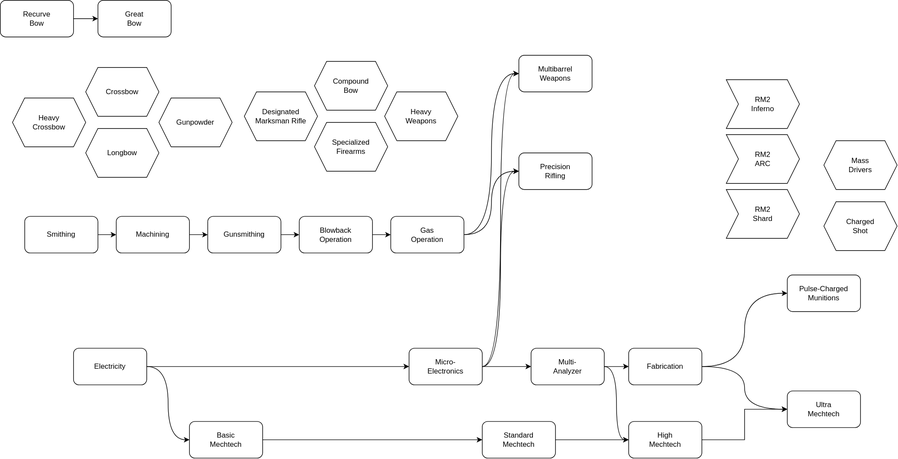
Above: Weapon Tech.drawio.svg in WaveshaperAT/Personal-Armor-Reskin (draw.io), before the change. Source tidied: cells renumbered, new cells last; positions are measured from the earlier drawing's top-left corner, leaving out a move shared by most shapes.
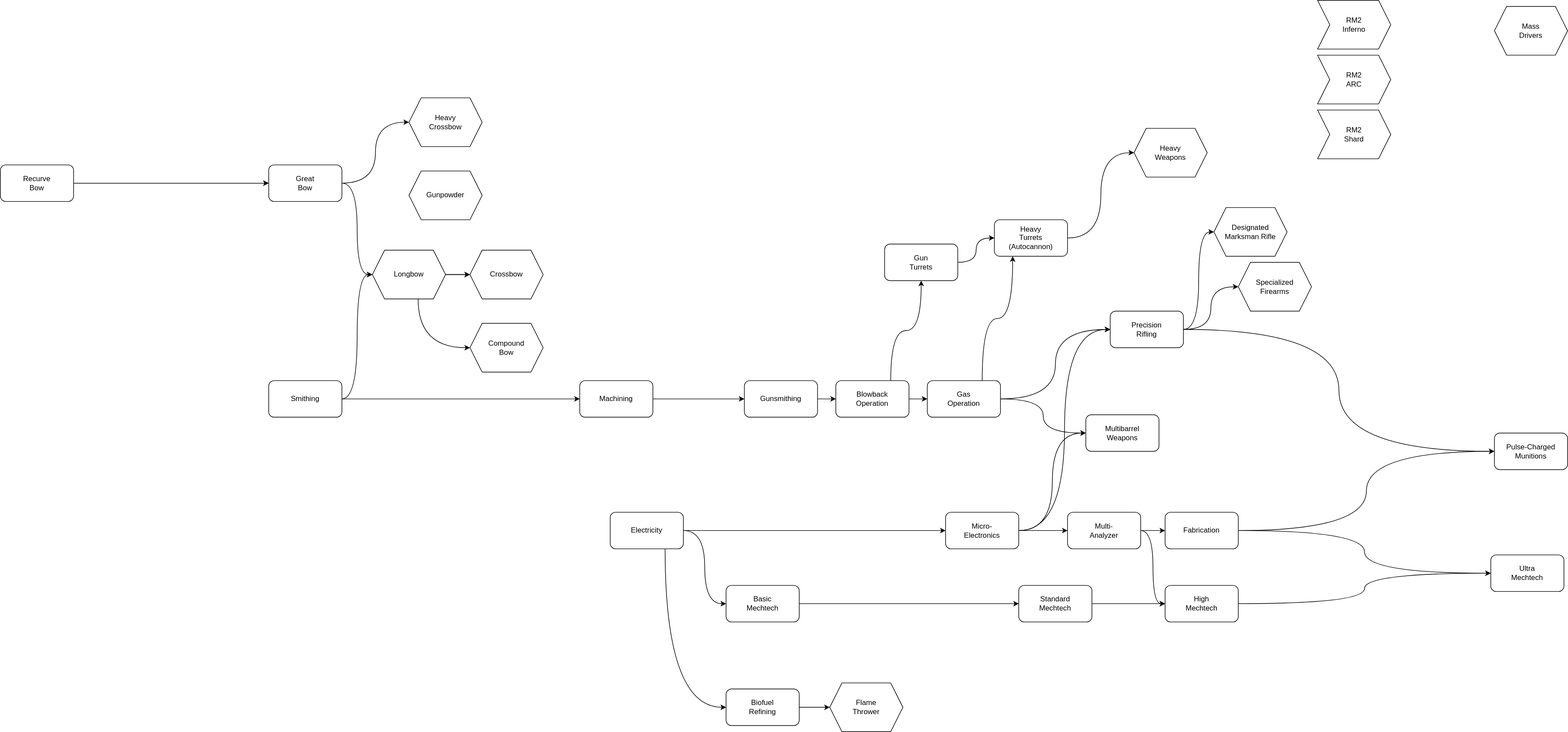
The same file after the commit.

Diff of the diagram source:
```diff
@@ -5,23 +5,26 @@
     <mxCell id="2" style="edgeStyle=orthogonalEdgeStyle;rounded=0;jettySize=auto;html=1;exitX=1;exitY=0.5;exitDx=0;exitDy=0;entryX=0;entryY=0.5;entryDx=0;entryDy=0;" parent="1" edge="1" source="3" target="4">
       <mxGeometry relative="1" as="geometry" />
     </mxCell>
+    <mxCell id="52" style="edgeStyle=orthogonalEdgeStyle;rounded=0;jettySize=auto;html=1;exitX=1;exitY=0.5;exitDx=0;exitDy=0;entryX=0;entryY=0.5;entryDx=0;entryDy=0;curved=1;" parent="1" edge="1" source="4" target="41">
+      <mxGeometry relative="1" as="geometry" />
+    </mxCell>
     <mxCell id="3" value="&lt;div&gt;Recurve&lt;/div&gt;&lt;div&gt;Bow&lt;br&gt;&lt;/div&gt;" style="rounded=1;whiteSpace=wrap;html=1;" parent="1" vertex="1">
-      <mxGeometry width="120" height="60" as="geometry" />
+      <mxGeometry x="-880" width="120" height="60" as="geometry" />
     </mxCell>
-    <mxCell id="4" value="&lt;div&gt;Great&lt;/div&gt;&lt;div&gt;Bow&lt;br&gt;&lt;/div&gt;" style="rounded=1;whiteSpace=wrap;html=1;" parent="1" vertex="1">
-      <mxGeometry x="160" width="120" height="60" as="geometry" />
-    </mxCell>
     <mxCell id="5" style="edgeStyle=orthogonalEdgeStyle;rounded=0;jettySize=auto;html=1;exitX=1;exitY=0.5;exitDx=0;exitDy=0;" parent="1" edge="1" source="6" target="8">
       <mxGeometry relative="1" as="geometry" />
     </mxCell>
+    <mxCell id="53" style="edgeStyle=orthogonalEdgeStyle;rounded=0;jettySize=auto;html=1;exitX=1;exitY=0.5;exitDx=0;exitDy=0;entryX=0;entryY=0.5;entryDx=0;entryDy=0;curved=1;" parent="1" edge="1" source="6" target="41">
+      <mxGeometry relative="1" as="geometry" />
+    </mxCell>
     <mxCell id="6" value="Smithing" style="rounded=1;whiteSpace=wrap;html=1;" parent="1" vertex="1">
-      <mxGeometry x="40" y="354" width="120" height="60" as="geometry" />
+      <mxGeometry x="-440" y="354" width="120" height="60" as="geometry" />
     </mxCell>
     <mxCell id="7" style="edgeStyle=orthogonalEdgeStyle;rounded=0;jettySize=auto;html=1;exitX=1;exitY=0.5;exitDx=0;exitDy=0;entryX=0;entryY=0.5;entryDx=0;entryDy=0;" parent="1" edge="1" source="8" target="10">
       <mxGeometry relative="1" as="geometry" />
     </mxCell>
     <mxCell id="8" value="Machining" style="rounded=1;whiteSpace=wrap;html=1;" parent="1" vertex="1">
-      <mxGeometry x="190" y="354" width="120" height="60" as="geometry" />
+      <mxGeometry x="70" y="354" width="120" height="60" as="geometry" />
     </mxCell>
     <mxCell id="9" style="edgeStyle=orthogonalEdgeStyle;rounded=0;jettySize=auto;html=1;exitX=1;exitY=0.5;exitDx=0;exitDy=0;entryX=0;entryY=0.5;entryDx=0;entryDy=0;" parent="1" edge="1" source="10" target="12">
       <mxGeometry relative="1" as="geometry" />
@@ -32,6 +35,9 @@
     <mxCell id="11" style="edgeStyle=orthogonalEdgeStyle;rounded=0;jettySize=auto;html=1;exitX=1;exitY=0.5;exitDx=0;exitDy=0;entryX=0;entryY=0.5;entryDx=0;entryDy=0;" parent="1" edge="1" source="12" target="15">
       <mxGeometry relative="1" as="geometry" />
     </mxCell>
+    <mxCell id="54" style="edgeStyle=orthogonalEdgeStyle;rounded=0;jettySize=auto;html=1;exitX=0.75;exitY=0;exitDx=0;exitDy=0;entryX=0.5;entryY=1;entryDx=0;entryDy=0;curved=1;" parent="1" edge="1" source="12" target="66">
+      <mxGeometry relative="1" as="geometry" />
+    </mxCell>
     <mxCell id="12" value="&lt;div&gt;Blowback&lt;/div&gt;&lt;div&gt;Operation&lt;br&gt;&lt;/div&gt;" style="rounded=1;whiteSpace=wrap;html=1;" parent="1" vertex="1">
       <mxGeometry x="490" y="354" width="120" height="60" as="geometry" />
     </mxCell>
@@ -41,14 +47,26 @@
     <mxCell id="14" style="edgeStyle=orthogonalEdgeStyle;rounded=0;jettySize=auto;html=1;exitX=1;exitY=0.5;exitDx=0;exitDy=0;entryX=0;entryY=0.5;entryDx=0;entryDy=0;curved=1;" parent="1" edge="1" source="15" target="17">
       <mxGeometry relative="1" as="geometry" />
     </mxCell>
+    <mxCell id="55" style="edgeStyle=orthogonalEdgeStyle;rounded=0;jettySize=auto;html=1;exitX=0.75;exitY=0;exitDx=0;exitDy=0;entryX=0.25;entryY=1;entryDx=0;entryDy=0;curved=1;" parent="1" edge="1" source="15" target="68">
+      <mxGeometry relative="1" as="geometry" />
+    </mxCell>
     <mxCell id="15" value="&lt;div&gt;Gas&lt;/div&gt;&lt;div&gt;Operation&lt;br&gt;&lt;/div&gt;" style="rounded=1;whiteSpace=wrap;html=1;" parent="1" vertex="1">
       <mxGeometry x="640" y="354" width="120" height="60" as="geometry" />
     </mxCell>
+    <mxCell id="56" style="edgeStyle=orthogonalEdgeStyle;rounded=0;jettySize=auto;html=1;exitX=1;exitY=0.5;exitDx=0;exitDy=0;entryX=0;entryY=0.5;entryDx=0;entryDy=0;curved=1;" parent="1" edge="1" source="16" target="45">
+      <mxGeometry relative="1" as="geometry" />
+    </mxCell>
+    <mxCell id="57" style="edgeStyle=orthogonalEdgeStyle;rounded=0;jettySize=auto;html=1;exitX=1;exitY=0.5;exitDx=0;exitDy=0;entryX=0;entryY=0.5;entryDx=0;entryDy=0;curved=1;" parent="1" edge="1" source="16" target="46">
+      <mxGeometry relative="1" as="geometry" />
+    </mxCell>
+    <mxCell id="58" style="edgeStyle=orthogonalEdgeStyle;rounded=0;jettySize=auto;html=1;exitX=1;exitY=0.5;exitDx=0;exitDy=0;entryX=0;entryY=0.5;entryDx=0;entryDy=0;curved=1;" parent="1" edge="1" source="16" target="33">
+      <mxGeometry relative="1" as="geometry" />
+    </mxCell>
     <mxCell id="16" value="&lt;div&gt;Precision&lt;/div&gt;&lt;div&gt;Rifling&lt;br&gt;&lt;/div&gt;" style="rounded=1;whiteSpace=wrap;html=1;" parent="1" vertex="1">
-      <mxGeometry x="850" y="250" width="120" height="60" as="geometry" />
+      <mxGeometry x="940" y="240" width="120" height="60" as="geometry" />
     </mxCell>
     <mxCell id="17" value="&lt;div&gt;Multibarrel&lt;/div&gt;&lt;div&gt;Weapons&lt;br&gt;&lt;/div&gt;" style="rounded=1;whiteSpace=wrap;html=1;" parent="1" vertex="1">
-      <mxGeometry x="850" y="90" width="120" height="60" as="geometry" />
+      <mxGeometry x="900" y="410" width="120" height="60" as="geometry" />
     </mxCell>
     <mxCell id="18" style="edgeStyle=orthogonalEdgeStyle;rounded=0;jettySize=auto;html=1;exitX=1;exitY=0.5;exitDx=0;exitDy=0;" parent="1" edge="1" source="20" target="26">
       <mxGeometry relative="1" as="geometry" />
@@ -56,6 +74,9 @@
     <mxCell id="19" style="edgeStyle=orthogonalEdgeStyle;rounded=0;jettySize=auto;html=1;exitX=1;exitY=0.5;exitDx=0;exitDy=0;entryX=0;entryY=0.5;entryDx=0;entryDy=0;curved=1;" parent="1" edge="1" source="20" target="22">
       <mxGeometry relative="1" as="geometry" />
     </mxCell>
+    <mxCell id="59" style="edgeStyle=orthogonalEdgeStyle;rounded=0;jettySize=auto;html=1;exitX=0.75;exitY=1;exitDx=0;exitDy=0;entryX=0;entryY=0.5;entryDx=0;entryDy=0;curved=1;" parent="1" edge="1" source="20" target="70">
+      <mxGeometry relative="1" as="geometry" />
+    </mxCell>
     <mxCell id="20" value="Electricity" style="rounded=1;whiteSpace=wrap;html=1;" parent="1" vertex="1">
       <mxGeometry x="120" y="570" width="120" height="60" as="geometry" />
     </mxCell>
@@ -96,10 +117,10 @@
       <mxGeometry x="1030" y="570" width="120" height="60" as="geometry" />
     </mxCell>
     <mxCell id="33" value="&lt;div&gt;Pulse-Charged&lt;/div&gt;&lt;div&gt;Munitions&lt;br&gt;&lt;/div&gt;" style="rounded=1;whiteSpace=wrap;html=1;" parent="1" vertex="1">
-      <mxGeometry x="1290" y="450" width="120" height="60" as="geometry" />
+      <mxGeometry x="1570" y="440" width="120" height="60" as="geometry" />
     </mxCell>
     <mxCell id="34" value="&lt;div&gt;Ultra&lt;/div&gt;&lt;div&gt;Mechtech&lt;br&gt;&lt;/div&gt;" style="rounded=1;whiteSpace=wrap;html=1;" parent="1" vertex="1">
-      <mxGeometry x="1290" y="640" width="120" height="60" as="geometry" />
+      <mxGeometry x="1564" y="640" width="120" height="60" as="geometry" />
     </mxCell>
     <mxCell id="35" style="edgeStyle=orthogonalEdgeStyle;rounded=0;jettySize=auto;html=1;exitX=1;exitY=0.5;exitDx=0;exitDy=0;" parent="1" edge="1" source="36" target="38">
       <mxGeometry relative="1" as="geometry" />
@@ -107,50 +128,86 @@
     <mxCell id="36" value="&lt;div&gt;Standard&lt;/div&gt;&lt;div&gt;Mechtech&lt;br&gt;&lt;/div&gt;" style="rounded=1;whiteSpace=wrap;html=1;" parent="1" vertex="1">
       <mxGeometry x="790" y="690" width="120" height="60" as="geometry" />
     </mxCell>
-    <mxCell id="37" style="edgeStyle=orthogonalEdgeStyle;rounded=0;jettySize=auto;html=1;exitX=1;exitY=0.5;exitDx=0;exitDy=0;entryX=0;entryY=0.5;entryDx=0;entryDy=0;" parent="1" edge="1" source="38" target="34">
+    <mxCell id="37" style="edgeStyle=orthogonalEdgeStyle;rounded=0;jettySize=auto;html=1;exitX=1;exitY=0.5;exitDx=0;exitDy=0;entryX=0;entryY=0.5;entryDx=0;entryDy=0;curved=1;" parent="1" edge="1" source="38" target="34">
       <mxGeometry relative="1" as="geometry" />
     </mxCell>
     <mxCell id="38" value="&lt;div&gt;High&lt;/div&gt;&lt;div&gt;Mechtech&lt;br&gt;&lt;/div&gt;" style="rounded=1;whiteSpace=wrap;html=1;" parent="1" vertex="1">
       <mxGeometry x="1030" y="690" width="120" height="60" as="geometry" />
     </mxCell>
     <mxCell id="39" value="Gunpowder" style="shape=hexagon;perimeter=hexagonPerimeter2;whiteSpace=wrap;html=1;fixedSize=1;" parent="1" vertex="1">
-      <mxGeometry x="260" y="160" width="120" height="80" as="geometry" />
+      <mxGeometry x="-210" y="10" width="120" height="80" as="geometry" />
     </mxCell>
-    <mxCell id="40" value="Crossbow" style="shape=hexagon;perimeter=hexagonPerimeter2;whiteSpace=wrap;html=1;fixedSize=1;" parent="1" vertex="1">
-      <mxGeometry x="140" y="110" width="120" height="80" as="geometry" />
-    </mxCell>
+    <mxCell id="60" style="edgeStyle=orthogonalEdgeStyle;rounded=0;jettySize=auto;html=1;exitX=1;exitY=0.5;exitDx=0;exitDy=0;entryX=0;entryY=0.5;entryDx=0;entryDy=0;" parent="1" edge="1" source="41" target="40">
+      <mxGeometry relative="1" as="geometry" />
+    </mxCell>
+    <mxCell id="61" style="edgeStyle=orthogonalEdgeStyle;rounded=0;jettySize=auto;html=1;exitX=0.625;exitY=1;exitDx=0;exitDy=0;entryX=0;entryY=0.5;entryDx=0;entryDy=0;curved=1;" parent="1" edge="1" source="41" target="43">
+      <mxGeometry relative="1" as="geometry" />
+    </mxCell>
     <mxCell id="41" value="Longbow" style="shape=hexagon;perimeter=hexagonPerimeter2;whiteSpace=wrap;html=1;fixedSize=1;" parent="1" vertex="1">
-      <mxGeometry x="140" y="210" width="120" height="80" as="geometry" />
+      <mxGeometry x="-270" y="140" width="120" height="80" as="geometry" />
     </mxCell>
     <mxCell id="42" value="&lt;div&gt;Heavy&lt;/div&gt;&lt;div&gt;Crossbow&lt;br&gt;&lt;/div&gt;" style="shape=hexagon;perimeter=hexagonPerimeter2;whiteSpace=wrap;html=1;fixedSize=1;" parent="1" vertex="1">
-      <mxGeometry x="20" y="160" width="120" height="80" as="geometry" />
+      <mxGeometry x="-210" y="-110" width="120" height="80" as="geometry" />
     </mxCell>
     <mxCell id="43" value="&lt;div&gt;Compound&lt;/div&gt;&lt;div&gt;Bow&lt;br&gt;&lt;/div&gt;" style="shape=hexagon;perimeter=hexagonPerimeter2;whiteSpace=wrap;html=1;fixedSize=1;" parent="1" vertex="1">
-      <mxGeometry x="515" y="100" width="120" height="80" as="geometry" />
+      <mxGeometry x="-110" y="260" width="120" height="80" as="geometry" />
     </mxCell>
     <mxCell id="44" value="&lt;div&gt;Heavy&lt;/div&gt;&lt;div&gt;Weapons&lt;br&gt;&lt;/div&gt;" style="shape=hexagon;perimeter=hexagonPerimeter2;whiteSpace=wrap;html=1;fixedSize=1;" parent="1" vertex="1">
-      <mxGeometry x="630" y="150" width="120" height="80" as="geometry" />
+      <mxGeometry x="979" y="-60" width="120" height="80" as="geometry" />
     </mxCell>
     <mxCell id="45" value="&lt;div&gt;Specialized&lt;/div&gt;&lt;div&gt;Firearms&lt;br&gt;&lt;/div&gt;" style="shape=hexagon;perimeter=hexagonPerimeter2;whiteSpace=wrap;html=1;fixedSize=1;" parent="1" vertex="1">
-      <mxGeometry x="515" y="200" width="120" height="80" as="geometry" />
+      <mxGeometry x="1150" y="160" width="120" height="80" as="geometry" />
     </mxCell>
     <mxCell id="46" value="&lt;div&gt;Designated&lt;/div&gt;&lt;div&gt;Marksman Rifle&lt;br&gt;&lt;/div&gt;" style="shape=hexagon;perimeter=hexagonPerimeter2;whiteSpace=wrap;html=1;fixedSize=1;" parent="1" vertex="1">
-      <mxGeometry x="400" y="150" width="120" height="80" as="geometry" />
+      <mxGeometry x="1110" y="70" width="120" height="80" as="geometry" />
     </mxCell>
-    <mxCell id="47" value="&lt;div&gt;Charged&lt;/div&gt;&lt;div&gt;Shot&lt;br&gt;&lt;/div&gt;" style="shape=hexagon;perimeter=hexagonPerimeter2;whiteSpace=wrap;html=1;fixedSize=1;" parent="1" vertex="1">
-      <mxGeometry x="1350" y="330" width="120" height="80" as="geometry" />
-    </mxCell>
     <mxCell id="48" value="&lt;div&gt;Mass&lt;/div&gt;&lt;div&gt;Drivers&lt;/div&gt;" style="shape=hexagon;perimeter=hexagonPerimeter2;whiteSpace=wrap;html=1;fixedSize=1;" parent="1" vertex="1">
-      <mxGeometry x="1350" y="230" width="120" height="80" as="geometry" />
+      <mxGeometry x="1570" y="-260" width="120" height="80" as="geometry" />
     </mxCell>
     <mxCell id="49" value="&lt;div&gt;RM2&lt;/div&gt;&lt;div&gt;ARC&lt;/div&gt;" style="shape=step;perimeter=stepPerimeter;whiteSpace=wrap;html=1;fixedSize=1;" parent="1" vertex="1">
-      <mxGeometry x="1190" y="220" width="120" height="80" as="geometry" />
+      <mxGeometry x="1280" y="-180" width="120" height="80" as="geometry" />
     </mxCell>
     <mxCell id="50" value="&lt;div&gt;RM2&lt;/div&gt;&lt;div&gt;Shard&lt;br&gt;&lt;/div&gt;" style="shape=step;perimeter=stepPerimeter;whiteSpace=wrap;html=1;fixedSize=1;" parent="1" vertex="1">
-      <mxGeometry x="1190" y="310" width="120" height="80" as="geometry" />
+      <mxGeometry x="1280" y="-90" width="120" height="80" as="geometry" />
     </mxCell>
     <mxCell id="51" value="&lt;div&gt;RM2&lt;/div&gt;&lt;div&gt;Inferno&lt;br&gt;&lt;/div&gt;" style="shape=step;perimeter=stepPerimeter;whiteSpace=wrap;html=1;fixedSize=1;" parent="1" vertex="1">
-      <mxGeometry x="1190" y="130" width="120" height="80" as="geometry" />
+      <mxGeometry x="1280" y="-270" width="120" height="80" as="geometry" />
     </mxCell>
+    <mxCell id="62" style="edgeStyle=orthogonalEdgeStyle;rounded=0;jettySize=auto;html=1;exitX=1;exitY=0.5;exitDx=0;exitDy=0;entryX=0;entryY=0.5;entryDx=0;entryDy=0;curved=1;" parent="1" edge="1" source="3" target="4">
+      <mxGeometry relative="1" as="geometry" />
+    </mxCell>
+    <mxCell id="63" style="edgeStyle=orthogonalEdgeStyle;rounded=0;jettySize=auto;html=1;exitX=1;exitY=0.5;exitDx=0;exitDy=0;entryX=0;entryY=0.5;entryDx=0;entryDy=0;curved=1;" parent="1" edge="1" source="4" target="42">
+      <mxGeometry relative="1" as="geometry" />
+    </mxCell>
+    <mxCell id="4" value="&lt;div&gt;Great&lt;/div&gt;&lt;div&gt;Bow&lt;br&gt;&lt;/div&gt;" style="rounded=1;whiteSpace=wrap;html=1;" parent="1" vertex="1">
+      <mxGeometry x="-440" width="120" height="60" as="geometry" />
+    </mxCell>
+    <mxCell id="64" style="edgeStyle=orthogonalEdgeStyle;rounded=0;jettySize=auto;html=1;exitX=1;exitY=0.5;exitDx=0;exitDy=0;entryX=0;entryY=0.5;entryDx=0;entryDy=0;curved=1;" parent="1" edge="1" source="41" target="40">
+      <mxGeometry relative="1" as="geometry" />
+    </mxCell>
+    <mxCell id="40" value="Crossbow" style="shape=hexagon;perimeter=hexagonPerimeter2;whiteSpace=wrap;html=1;fixedSize=1;" parent="1" vertex="1">
+      <mxGeometry x="-110" y="140" width="120" height="80" as="geometry" />
+    </mxCell>
+    <mxCell id="65" style="edgeStyle=orthogonalEdgeStyle;rounded=0;jettySize=auto;html=1;exitX=1;exitY=0.5;exitDx=0;exitDy=0;entryX=0;entryY=0.5;entryDx=0;entryDy=0;curved=1;" parent="1" edge="1" source="66" target="68">
+      <mxGeometry relative="1" as="geometry" />
+    </mxCell>
+    <mxCell id="66" value="Gun&lt;br&gt;&lt;div&gt;Turrets&lt;/div&gt;" style="rounded=1;whiteSpace=wrap;html=1;" parent="1" vertex="1">
+      <mxGeometry x="570" y="130" width="120" height="60" as="geometry" />
+    </mxCell>
+    <mxCell id="67" style="edgeStyle=orthogonalEdgeStyle;rounded=0;jettySize=auto;html=1;exitX=1;exitY=0.5;exitDx=0;exitDy=0;entryX=0;entryY=0.5;entryDx=0;entryDy=0;curved=1;" parent="1" edge="1" source="68" target="44">
+      <mxGeometry relative="1" as="geometry" />
+    </mxCell>
+    <mxCell id="68" value="&lt;div&gt;Heavy&lt;/div&gt;&lt;div&gt;Turrets&lt;br&gt;(Autocannon)&lt;/div&gt;" style="rounded=1;whiteSpace=wrap;html=1;" parent="1" vertex="1">
+      <mxGeometry x="750" y="90" width="120" height="60" as="geometry" />
+    </mxCell>
+    <mxCell id="69" style="edgeStyle=orthogonalEdgeStyle;rounded=0;jettySize=auto;html=1;exitX=1;exitY=0.5;exitDx=0;exitDy=0;entryX=0;entryY=0.5;entryDx=0;entryDy=0;" parent="1" edge="1" source="70" target="71">
+      <mxGeometry relative="1" as="geometry" />
+    </mxCell>
+    <mxCell id="70" value="&lt;div&gt;Biofuel&lt;/div&gt;&lt;div&gt;Refining&lt;br&gt;&lt;/div&gt;" style="rounded=1;whiteSpace=wrap;html=1;" parent="1" vertex="1">
+      <mxGeometry x="310" y="860" width="120" height="60" as="geometry" />
+    </mxCell>
+    <mxCell id="71" value="&lt;div&gt;Flame&lt;/div&gt;&lt;div&gt;Thrower&lt;br&gt;&lt;/div&gt;" style="shape=hexagon;perimeter=hexagonPerimeter2;whiteSpace=wrap;html=1;fixedSize=1;" parent="1" vertex="1">
+      <mxGeometry x="480" y="850" width="120" height="80" as="geometry" />
+    </mxCell>
   </root>
 </mxGraphModel>
```
